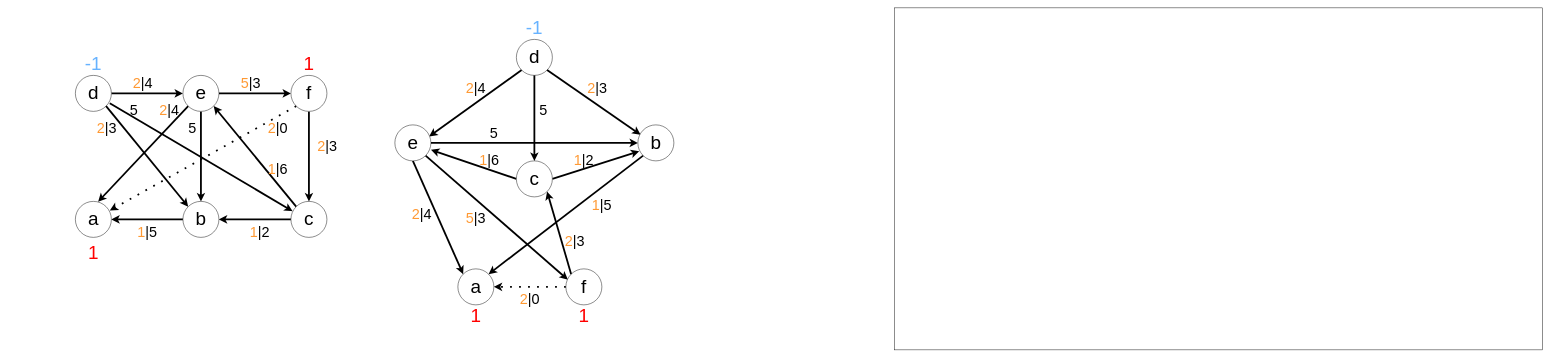
Earlier version of the draw.io diagram Untitled Diagram.drawio (Poopaye-96/Visual_Content). Source tidied: cells renumbered, new cells numbered last; positions are measured from the earlier drawing's top-left corner, leaving out a move shared by most shapes. Both pictures are drawn from the tidied source at 45%, with x=0, y=0 at pixel (75, 8).
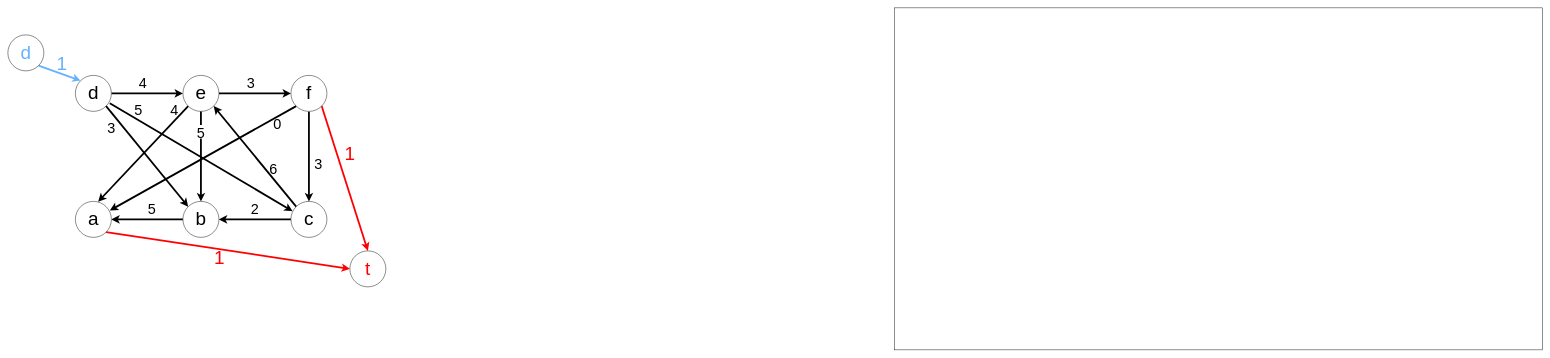
The same page after the edit.

Unchanged cells that the change refers to:
```xml
<mxCell id="19" value="&lt;font style=&quot;font-size: 42px&quot;&gt;a&lt;/font&gt;" style="ellipse;whiteSpace=wrap;html=1;" parent="1" vertex="1">
  <mxGeometry y="430" width="80" height="80" as="geometry" />
</mxCell>
<mxCell id="25" value="&lt;span style=&quot;font-size: 42px&quot;&gt;d&lt;/span&gt;" style="ellipse;whiteSpace=wrap;html=1;" parent="1" vertex="1">
  <mxGeometry y="150" width="80" height="80" as="geometry" />
</mxCell>
<mxCell id="29" value="&lt;span style=&quot;font-size: 42px&quot;&gt;e&lt;/span&gt;" style="ellipse;whiteSpace=wrap;html=1;" parent="1" vertex="1">
  <mxGeometry x="239" y="150" width="80" height="80" as="geometry" />
</mxCell>
<mxCell id="32" value="&lt;span style=&quot;font-size: 42px&quot;&gt;f&lt;/span&gt;" style="ellipse;whiteSpace=wrap;html=1;" parent="1" vertex="1">
  <mxGeometry x="479" y="150" width="80" height="80" as="geometry" />
</mxCell>
<mxCell id="35" value="&lt;span style=&quot;font-size: 42px&quot;&gt;b&lt;/span&gt;" style="ellipse;whiteSpace=wrap;html=1;" parent="1" vertex="1">
  <mxGeometry x="239" y="430" width="80" height="80" as="geometry" />
</mxCell>
```

Diff of the diagram source:
```diff
@@
-    <mxCell id="2" value="&lt;font style=&quot;font-size: 42px&quot;&gt;a&lt;/font&gt;" style="ellipse;whiteSpace=wrap;html=1;" parent="1" vertex="1">
-      <mxGeometry x="850" y="580" width="80" height="80" as="geometry" />
-    </mxCell>
-    <mxCell id="3" style="edgeStyle=none;rounded=1;jettySize=auto;html=1;exitX=0;exitY=1;exitDx=0;exitDy=0;entryX=1;entryY=0;entryDx=0;entryDy=0;fontSize=42;strokeWidth=4;" parent="1" edge="1" source="18" target="2">
-      <mxGeometry relative="1" as="geometry" />
-    </mxCell>
-    <mxCell id="4" style="rounded=0;jettySize=auto;html=1;fontSize=42;strokeWidth=4;exitX=1;exitY=0.5;exitDx=0;exitDy=0;entryX=0.037;entryY=0.733;entryDx=0;entryDy=0;entryPerimeter=0;" parent="1" edge="1" source="6" target="18">
-      <mxGeometry relative="1" as="geometry" />
-    </mxCell>
-    <mxCell id="5" style="rounded=1;jettySize=auto;html=1;exitX=0;exitY=0.5;exitDx=0;exitDy=0;fontSize=42;strokeWidth=4;entryX=1.003;entryY=0.694;entryDx=0;entryDy=0;entryPerimeter=0;" parent="1" edge="1" source="6" target="12">
-      <mxGeometry relative="1" as="geometry" />
-    </mxCell>
-    <mxCell id="6" value="&lt;span style=&quot;font-size: 42px&quot;&gt;c&lt;/span&gt;" style="ellipse;whiteSpace=wrap;html=1;" parent="1" vertex="1">
-      <mxGeometry x="980" y="340" width="80" height="80" as="geometry" />
-    </mxCell>
-    <mxCell id="7" style="jettySize=auto;html=1;exitX=0;exitY=1;exitDx=0;exitDy=0;fontSize=42;strokeWidth=4;entryX=0.954;entryY=0.322;entryDx=0;entryDy=0;entryPerimeter=0;" parent="1" edge="1" source="8" target="12">
-      <mxGeometry relative="1" as="geometry" />
-    </mxCell>
-    <mxCell id="8" value="&lt;span style=&quot;font-size: 42px&quot;&gt;d&lt;/span&gt;" style="ellipse;whiteSpace=wrap;html=1;" parent="1" vertex="1">
-      <mxGeometry x="980" y="70" width="80" height="80" as="geometry" />
-    </mxCell>
-    <mxCell id="9" style="edgeStyle=orthogonalEdgeStyle;rounded=0;jettySize=auto;html=1;exitX=1;exitY=0.5;exitDx=0;exitDy=0;entryX=0;entryY=0.5;entryDx=0;entryDy=0;fontSize=42;strokeWidth=4;" parent="1" edge="1" source="12" target="18">
-      <mxGeometry relative="1" as="geometry" />
-    </mxCell>
-    <mxCell id="10" style="rounded=0;jettySize=auto;html=1;exitX=1;exitY=1;exitDx=0;exitDy=0;fontSize=42;strokeWidth=4;entryX=0.057;entryY=0.302;entryDx=0;entryDy=0;entryPerimeter=0;" parent="1" edge="1" source="12" target="15">
-      <mxGeometry relative="1" as="geometry" />
-    </mxCell>
-    <mxCell id="11" style="edgeStyle=none;rounded=1;jettySize=auto;html=1;exitX=0.5;exitY=1;exitDx=0;exitDy=0;entryX=0;entryY=0;entryDx=0;entryDy=0;fontSize=42;strokeWidth=4;" parent="1" edge="1" source="12" target="2">
-      <mxGeometry relative="1" as="geometry" />
-    </mxCell>
-    <mxCell id="12" value="&lt;span style=&quot;font-size: 42px&quot;&gt;e&lt;/span&gt;" style="ellipse;whiteSpace=wrap;html=1;" parent="1" vertex="1">
-      <mxGeometry x="710" y="260" width="80" height="80" as="geometry" />
-    </mxCell>
-    <mxCell id="13" style="rounded=0;jettySize=auto;html=1;exitX=0;exitY=0;exitDx=0;exitDy=0;entryX=1;entryY=1;entryDx=0;entryDy=0;fontSize=42;strokeWidth=4;" parent="1" edge="1" source="15" target="6">
-      <mxGeometry relative="1" as="geometry" />
-    </mxCell>
-    <mxCell id="14" style="edgeStyle=none;jettySize=auto;html=1;exitX=0;exitY=0.5;exitDx=0;exitDy=0;entryX=1;entryY=0.5;entryDx=0;entryDy=0;fontSize=42;strokeWidth=4;dashed=1;dashPattern=1 4;" parent="1" edge="1" source="15" target="2">
-      <mxGeometry relative="1" as="geometry" />
-    </mxCell>
-    <mxCell id="15" value="&lt;span style=&quot;font-size: 42px&quot;&gt;f&lt;/span&gt;" style="ellipse;whiteSpace=wrap;html=1;" parent="1" vertex="1">
-      <mxGeometry x="1090" y="580" width="80" height="80" as="geometry" />
-    </mxCell>
-    <mxCell id="16" style="endArrow=classic;html=1;rounded=0;fontSize=42;exitX=1;exitY=1;exitDx=0;exitDy=0;strokeWidth=4;entryX=0.076;entryY=0.273;entryDx=0;entryDy=0;entryPerimeter=0;" parent="1" edge="1" source="8" target="18">
-      <mxGeometry relative="1" as="geometry" />
-    </mxCell>
-    <mxCell id="17" style="endArrow=classic;html=1;rounded=0;fontSize=42;strokeWidth=4;exitX=0.5;exitY=1;exitDx=0;exitDy=0;entryX=0.5;entryY=0;entryDx=0;entryDy=0;" parent="1" edge="1" source="8" target="6">
-      <mxGeometry relative="1" as="geometry" />
-    </mxCell>
-    <mxCell id="18" value="&lt;span style=&quot;font-size: 42px&quot;&gt;b&lt;/span&gt;" style="ellipse;whiteSpace=wrap;html=1;" parent="1" vertex="1">
-      <mxGeometry x="1250" y="260" width="80" height="80" as="geometry" />
-    </mxCell>
+    <mxCell id="65" style="edgeStyle=none;rounded=0;jettySize=auto;html=1;exitX=1;exitY=1;exitDx=0;exitDy=0;entryX=0;entryY=0.5;entryDx=0;entryDy=0;fontColor=#FF0000;strokeColor=#FF0000;strokeWidth=4;" parent="1" edge="1" source="19" target="67">
+      <mxGeometry relative="1" as="geometry" />
+    </mxCell>
@@
-    <mxCell id="26" style="edgeStyle=orthogonalEdgeStyle;rounded=0;jettySize=auto;html=1;exitX=0.5;exitY=1;exitDx=0;exitDy=0;entryX=0.5;entryY=0;entryDx=0;entryDy=0;fontSize=42;strokeWidth=4;" parent="1" edge="1" source="29" target="35">
+    <mxCell id="26" style="edgeStyle=orthogonalEdgeStyle;rounded=0;jettySize=auto;html=1;exitX=0.5;exitY=1;exitDx=0;exitDy=0;entryX=0.5;entryY=0;entryDx=0;entryDy=0;fontSize=42;strokeWidth=4;startArrow=none;" parent="1" edge="1" source="47" target="35">
       <mxGeometry relative="1" as="geometry" />
     </mxCell>
@@
-    <mxCell id="31" style="edgeStyle=none;jettySize=auto;html=1;exitX=0;exitY=1;exitDx=0;exitDy=0;fontSize=42;strokeWidth=4;entryX=0.956;entryY=0.253;entryDx=0;entryDy=0;entryPerimeter=0;dashed=1;dashPattern=1 4;" parent="1" edge="1" source="32" target="19">
+    <mxCell id="31" style="edgeStyle=none;jettySize=auto;html=1;exitX=0;exitY=1;exitDx=0;exitDy=0;fontSize=42;strokeWidth=4;entryX=0.956;entryY=0.253;entryDx=0;entryDy=0;entryPerimeter=0;" parent="1" edge="1" source="32" target="19">
       <mxGeometry relative="1" as="geometry" />
     </mxCell>
+    <mxCell id="66" style="edgeStyle=none;rounded=0;jettySize=auto;html=1;exitX=1;exitY=1;exitDx=0;exitDy=0;entryX=0.5;entryY=0;entryDx=0;entryDy=0;fontColor=#FF0000;strokeColor=#FF0000;strokeWidth=4;" parent="1" edge="1" source="32" target="67">
+      <mxGeometry relative="1" as="geometry" />
+    </mxCell>
@@
-    <mxCell id="36" value="&lt;font color=&quot;#66b2ff&quot;&gt;-1&lt;/font&gt;" style="text;html=1;strokeColor=none;fillColor=none;align=center;verticalAlign=middle;whiteSpace=wrap;rounded=0;fontSize=42;" parent="1" vertex="1">
-      <mxGeometry x="10" y="110" width="60" height="30" as="geometry" />
+    <mxCell id="36" value="&lt;font color=&quot;#66b2ff&quot;&gt;1&lt;/font&gt;" style="text;html=1;strokeColor=none;fillColor=none;align=center;verticalAlign=middle;whiteSpace=wrap;rounded=0;fontSize=42;" parent="1" vertex="1">
+      <mxGeometry x="-60" y="110" width="60" height="30" as="geometry" />
     </mxCell>
     <mxCell id="37" value="&lt;font color=&quot;#ff0000&quot;&gt;1&lt;/font&gt;" style="text;html=1;strokeColor=none;fillColor=none;align=center;verticalAlign=middle;whiteSpace=wrap;rounded=0;fontSize=42;" parent="1" vertex="1">
-      <mxGeometry x="489" y="110" width="60" height="30" as="geometry" />
+      <mxGeometry x="580" y="310" width="60" height="30" as="geometry" />
     </mxCell>
     <mxCell id="38" value="&lt;font color=&quot;#ff0000&quot;&gt;1&lt;/font&gt;" style="text;html=1;strokeColor=none;fillColor=none;align=center;verticalAlign=middle;whiteSpace=wrap;rounded=0;fontSize=42;" parent="1" vertex="1">
-      <mxGeometry x="10" y="530" width="60" height="30" as="geometry" />
+      <mxGeometry x="290" y="540" width="60" height="30" as="geometry" />
     </mxCell>
-    <mxCell id="39" value="&lt;font style=&quot;font-size: 32px&quot;&gt;&lt;font color=&quot;#ff9933&quot;&gt;2&lt;/font&gt;|0&lt;/font&gt;" style="text;html=1;strokeColor=none;fillColor=none;align=center;verticalAlign=middle;whiteSpace=wrap;rounded=0;fontSize=42;" parent="1" vertex="1">
-      <mxGeometry x="420" y="250" width="60" height="30" as="geometry" />
+    <mxCell id="39" value="&lt;font style=&quot;font-size: 32px&quot;&gt;0&lt;/font&gt;" style="text;html=1;strokeColor=none;fillColor=none;align=center;verticalAlign=middle;whiteSpace=wrap;rounded=0;fontSize=42;" parent="1" vertex="1">
+      <mxGeometry x="419" y="240" width="60" height="30" as="geometry" />
     </mxCell>
-    <mxCell id="40" value="&lt;font style=&quot;font-size: 32px&quot;&gt;&lt;font color=&quot;#ff9933&quot;&gt;5&lt;/font&gt;|3&lt;/font&gt;" style="text;html=1;strokeColor=none;fillColor=none;align=center;verticalAlign=middle;whiteSpace=wrap;rounded=0;fontSize=42;" parent="1" vertex="1">
+    <mxCell id="40" value="&lt;font style=&quot;font-size: 32px&quot;&gt;3&lt;/font&gt;" style="text;html=1;strokeColor=none;fillColor=none;align=center;verticalAlign=middle;whiteSpace=wrap;rounded=0;fontSize=42;" parent="1" vertex="1">
       <mxGeometry x="360" y="150" width="60" height="30" as="geometry" />
     </mxCell>
-    <mxCell id="41" value="&lt;font style=&quot;font-size: 32px&quot;&gt;&lt;font color=&quot;#ff9933&quot;&gt;2&lt;/font&gt;|3&lt;/font&gt;" style="text;html=1;strokeColor=none;fillColor=none;align=center;verticalAlign=middle;whiteSpace=wrap;rounded=0;fontSize=42;" parent="1" vertex="1">
-      <mxGeometry x="530" y="290" width="60" height="30" as="geometry" />
+    <mxCell id="41" value="&lt;font style=&quot;font-size: 32px&quot;&gt;3&lt;/font&gt;" style="text;html=1;strokeColor=none;fillColor=none;align=center;verticalAlign=middle;whiteSpace=wrap;rounded=0;fontSize=42;" parent="1" vertex="1">
+      <mxGeometry x="510" y="330" width="60" height="30" as="geometry" />
     </mxCell>
-    <mxCell id="42" value="&lt;font style=&quot;font-size: 32px&quot;&gt;&lt;font color=&quot;#ff9933&quot;&gt;1&lt;/font&gt;|6&lt;/font&gt;" style="text;html=1;strokeColor=none;fillColor=none;align=center;verticalAlign=middle;whiteSpace=wrap;rounded=0;fontSize=42;" parent="1" vertex="1">
-      <mxGeometry x="420" y="340" width="60" height="30" as="geometry" />
+    <mxCell id="42" value="&lt;font style=&quot;font-size: 32px&quot;&gt;6&lt;/font&gt;" style="text;html=1;strokeColor=none;fillColor=none;align=center;verticalAlign=middle;whiteSpace=wrap;rounded=0;fontSize=42;" parent="1" vertex="1">
+      <mxGeometry x="410" y="340" width="60" height="30" as="geometry" />
     </mxCell>
     <mxCell id="43" value="&lt;font style=&quot;font-size: 32px&quot;&gt;5&lt;/font&gt;" style="text;html=1;strokeColor=none;fillColor=none;align=center;verticalAlign=middle;whiteSpace=wrap;rounded=0;fontSize=42;" parent="1" vertex="1">
-      <mxGeometry x="100" y="210" width="60" height="30" as="geometry" />
+      <mxGeometry x="110" y="210" width="60" height="30" as="geometry" />
     </mxCell>
-    <mxCell id="44" value="&lt;font style=&quot;font-size: 32px&quot;&gt;&lt;font color=&quot;#ff9933&quot;&gt;2&lt;/font&gt;|4&lt;/font&gt;" style="text;html=1;strokeColor=none;fillColor=none;align=center;verticalAlign=middle;whiteSpace=wrap;rounded=0;fontSize=42;" parent="1" vertex="1">
+    <mxCell id="44" value="&lt;font style=&quot;font-size: 32px&quot;&gt;4&lt;/font&gt;" style="text;html=1;strokeColor=none;fillColor=none;align=center;verticalAlign=middle;whiteSpace=wrap;rounded=0;fontSize=42;" parent="1" vertex="1">
       <mxGeometry x="120" y="150" width="60" height="30" as="geometry" />
     </mxCell>
-    <mxCell id="45" value="&lt;font style=&quot;font-size: 32px&quot;&gt;&lt;font color=&quot;#ff9933&quot;&gt;2&lt;/font&gt;|3&lt;/font&gt;" style="text;html=1;strokeColor=none;fillColor=none;align=center;verticalAlign=middle;whiteSpace=wrap;rounded=0;fontSize=42;" parent="1" vertex="1">
-      <mxGeometry x="40" y="250" width="60" height="30" as="geometry" />
+    <mxCell id="45" value="&lt;font style=&quot;font-size: 32px&quot;&gt;3&lt;/font&gt;" style="text;html=1;strokeColor=none;fillColor=none;align=center;verticalAlign=middle;whiteSpace=wrap;rounded=0;fontSize=42;" parent="1" vertex="1">
+      <mxGeometry x="50" y="250" width="60" height="30" as="geometry" />
     </mxCell>
-    <mxCell id="46" value="&lt;font style=&quot;font-size: 32px&quot;&gt;&lt;font color=&quot;#ff9933&quot;&gt;2&lt;/font&gt;|4&lt;/font&gt;" style="text;html=1;strokeColor=none;fillColor=none;align=center;verticalAlign=middle;whiteSpace=wrap;rounded=0;fontSize=42;" parent="1" vertex="1">
-      <mxGeometry x="179" y="210" width="60" height="30" as="geometry" />
+    <mxCell id="46" value="&lt;font style=&quot;font-size: 32px&quot;&gt;4&lt;/font&gt;" style="text;html=1;strokeColor=none;fillColor=none;align=center;verticalAlign=middle;whiteSpace=wrap;rounded=0;fontSize=42;" parent="1" vertex="1">
+      <mxGeometry x="190" y="210" width="60" height="30" as="geometry" />
     </mxCell>
-    <mxCell id="47" value="&lt;font style=&quot;font-size: 32px&quot;&gt;5&lt;/font&gt;" style="text;html=1;strokeColor=none;fillColor=none;align=center;verticalAlign=middle;whiteSpace=wrap;rounded=0;fontSize=42;" parent="1" vertex="1">
-      <mxGeometry x="230" y="250" width="60" height="30" as="geometry" />
-    </mxCell>
-    <mxCell id="48" value="&lt;font style=&quot;font-size: 32px&quot;&gt;&lt;font color=&quot;#ff9933&quot;&gt;1&lt;/font&gt;|5&lt;/font&gt;" style="text;html=1;strokeColor=none;fillColor=none;align=center;verticalAlign=middle;whiteSpace=wrap;rounded=0;fontSize=42;" parent="1" vertex="1">
-      <mxGeometry x="130" y="480" width="60" height="30" as="geometry" />
+    <mxCell id="48" value="&lt;font style=&quot;font-size: 32px&quot;&gt;5&lt;/font&gt;" style="text;html=1;strokeColor=none;fillColor=none;align=center;verticalAlign=middle;whiteSpace=wrap;rounded=0;fontSize=42;" parent="1" vertex="1">
+      <mxGeometry x="140" y="430" width="60" height="30" as="geometry" />
     </mxCell>
-    <mxCell id="49" value="&lt;font style=&quot;font-size: 32px&quot;&gt;&lt;font color=&quot;#ff9933&quot;&gt;1&lt;/font&gt;|2&lt;/font&gt;" style="text;html=1;strokeColor=none;fillColor=none;align=center;verticalAlign=middle;whiteSpace=wrap;rounded=0;fontSize=42;" parent="1" vertex="1">
-      <mxGeometry x="380" y="480" width="60" height="30" as="geometry" />
+    <mxCell id="49" value="&lt;font style=&quot;font-size: 32px&quot;&gt;2&lt;/font&gt;" style="text;html=1;strokeColor=none;fillColor=none;align=center;verticalAlign=middle;whiteSpace=wrap;rounded=0;fontSize=42;" parent="1" vertex="1">
+      <mxGeometry x="369" y="430" width="60" height="30" as="geometry" />
     </mxCell>
-    <mxCell id="50" value="&lt;font color=&quot;#66b2ff&quot;&gt;-1&lt;/font&gt;" style="text;html=1;strokeColor=none;fillColor=none;align=center;verticalAlign=middle;whiteSpace=wrap;rounded=0;fontSize=42;" parent="1" vertex="1">
-      <mxGeometry x="990" y="30" width="60" height="30" as="geometry" />
-    </mxCell>
-    <mxCell id="51" value="&lt;font color=&quot;#ff0000&quot;&gt;1&lt;/font&gt;" style="text;html=1;strokeColor=none;fillColor=none;align=center;verticalAlign=middle;whiteSpace=wrap;rounded=0;fontSize=42;" parent="1" vertex="1">
-      <mxGeometry x="860" y="670" width="60" height="30" as="geometry" />
-    </mxCell>
-    <mxCell id="52" value="&lt;font color=&quot;#ff0000&quot;&gt;1&lt;/font&gt;" style="text;html=1;strokeColor=none;fillColor=none;align=center;verticalAlign=middle;whiteSpace=wrap;rounded=0;fontSize=42;" parent="1" vertex="1">
-      <mxGeometry x="1100" y="670" width="60" height="30" as="geometry" />
-    </mxCell>
-    <mxCell id="53" value="&lt;font style=&quot;font-size: 32px&quot;&gt;&lt;font color=&quot;#ff9933&quot;&gt;2&lt;/font&gt;|4&lt;/font&gt;" style="text;html=1;strokeColor=none;fillColor=none;align=center;verticalAlign=middle;whiteSpace=wrap;rounded=0;fontSize=42;" parent="1" vertex="1">
-      <mxGeometry x="860" y="160" width="60" height="30" as="geometry" />
-    </mxCell>
-    <mxCell id="54" value="&lt;font style=&quot;font-size: 32px&quot;&gt;5&lt;/font&gt;" style="text;html=1;strokeColor=none;fillColor=none;align=center;verticalAlign=middle;whiteSpace=wrap;rounded=0;fontSize=42;" parent="1" vertex="1">
-      <mxGeometry x="1010" y="210" width="60" height="30" as="geometry" />
-    </mxCell>
-    <mxCell id="55" value="&lt;font style=&quot;font-size: 32px&quot;&gt;&lt;font color=&quot;#ff9933&quot;&gt;2&lt;/font&gt;|3&lt;/font&gt;" style="text;html=1;strokeColor=none;fillColor=none;align=center;verticalAlign=middle;whiteSpace=wrap;rounded=0;fontSize=42;" parent="1" vertex="1">
-      <mxGeometry x="1130" y="160" width="60" height="30" as="geometry" />
-    </mxCell>
-    <mxCell id="56" value="&lt;font style=&quot;font-size: 32px&quot;&gt;&lt;font color=&quot;#ff9933&quot;&gt;2&lt;/font&gt;|4&lt;/font&gt;" style="text;html=1;strokeColor=none;fillColor=none;align=center;verticalAlign=middle;whiteSpace=wrap;rounded=0;fontSize=42;" parent="1" vertex="1">
-      <mxGeometry x="740" y="440" width="60" height="30" as="geometry" />
-    </mxCell>
-    <mxCell id="57" value="&lt;font style=&quot;font-size: 32px&quot;&gt;&lt;font color=&quot;#ff9933&quot;&gt;5&lt;/font&gt;|3&lt;/font&gt;" style="text;html=1;strokeColor=none;fillColor=none;align=center;verticalAlign=middle;whiteSpace=wrap;rounded=0;fontSize=42;" parent="1" vertex="1">
-      <mxGeometry x="860" y="450" width="60" height="30" as="geometry" />
-    </mxCell>
-    <mxCell id="58" value="&lt;font style=&quot;font-size: 32px&quot;&gt;5&lt;/font&gt;" style="text;html=1;strokeColor=none;fillColor=none;align=center;verticalAlign=middle;whiteSpace=wrap;rounded=0;fontSize=42;" parent="1" vertex="1">
-      <mxGeometry x="900" y="260" width="60" height="30" as="geometry" />
-    </mxCell>
-    <mxCell id="59" value="&lt;font style=&quot;font-size: 32px&quot;&gt;&lt;font color=&quot;#ff9933&quot;&gt;1&lt;/font&gt;|6&lt;/font&gt;" style="text;html=1;strokeColor=none;fillColor=none;align=center;verticalAlign=middle;whiteSpace=wrap;rounded=0;fontSize=42;" parent="1" vertex="1">
-      <mxGeometry x="890" y="320" width="60" height="30" as="geometry" />
-    </mxCell>
-    <mxCell id="60" value="&lt;font style=&quot;font-size: 32px&quot;&gt;&lt;font color=&quot;#ff9933&quot;&gt;1&lt;/font&gt;|2&lt;/font&gt;" style="text;html=1;strokeColor=none;fillColor=none;align=center;verticalAlign=middle;whiteSpace=wrap;rounded=0;fontSize=42;" parent="1" vertex="1">
-      <mxGeometry x="1100" y="320" width="60" height="30" as="geometry" />
-    </mxCell>
-    <mxCell id="61" value="&lt;font style=&quot;font-size: 32px&quot;&gt;&lt;font color=&quot;#ff9933&quot;&gt;1&lt;/font&gt;|5&lt;/font&gt;" style="text;html=1;strokeColor=none;fillColor=none;align=center;verticalAlign=middle;whiteSpace=wrap;rounded=0;fontSize=42;" parent="1" vertex="1">
-      <mxGeometry x="1140" y="420" width="60" height="30" as="geometry" />
-    </mxCell>
-    <mxCell id="62" value="&lt;font style=&quot;font-size: 32px&quot;&gt;&lt;font color=&quot;#ff9933&quot;&gt;2&lt;/font&gt;|3&lt;/font&gt;" style="text;html=1;strokeColor=none;fillColor=none;align=center;verticalAlign=middle;whiteSpace=wrap;rounded=0;fontSize=42;" parent="1" vertex="1">
-      <mxGeometry x="1080" y="500" width="60" height="30" as="geometry" />
-    </mxCell>
-    <mxCell id="63" value="&lt;font style=&quot;font-size: 32px&quot;&gt;&lt;font color=&quot;#ff9933&quot;&gt;2&lt;/font&gt;|0&lt;/font&gt;" style="text;html=1;strokeColor=none;fillColor=none;align=center;verticalAlign=middle;whiteSpace=wrap;rounded=0;fontSize=42;" parent="1" vertex="1">
-      <mxGeometry x="980" y="630" width="60" height="30" as="geometry" />
-    </mxCell>
@@
+    <mxCell id="67" value="&lt;span style=&quot;font-size: 42px&quot;&gt;&lt;font color=&quot;#ff0000&quot;&gt;t&lt;/font&gt;&lt;/span&gt;" style="ellipse;whiteSpace=wrap;html=1;" parent="1" vertex="1">
+      <mxGeometry x="610" y="540" width="80" height="80" as="geometry" />
+    </mxCell>
+    <mxCell id="68" style="edgeStyle=none;rounded=0;jettySize=auto;html=1;exitX=1;exitY=1;exitDx=0;exitDy=0;entryX=0;entryY=0;entryDx=0;entryDy=0;fontColor=#FF0000;strokeColor=#66B2FF;strokeWidth=4;" parent="1" edge="1" source="8" target="25">
+      <mxGeometry relative="1" as="geometry" />
+    </mxCell>
+    <mxCell id="8" value="&lt;span style=&quot;font-size: 42px&quot;&gt;&lt;font color=&quot;#66b2ff&quot;&gt;d&lt;/font&gt;&lt;/span&gt;" style="ellipse;whiteSpace=wrap;html=1;" parent="1" vertex="1">
+      <mxGeometry x="-150" y="60" width="80" height="80" as="geometry" />
+    </mxCell>
+    <mxCell id="47" value="&lt;font style=&quot;font-size: 32px&quot;&gt;5&lt;/font&gt;" style="text;html=1;strokeColor=none;fillColor=none;align=center;verticalAlign=middle;whiteSpace=wrap;rounded=0;fontSize=42;" parent="1" vertex="1">
+      <mxGeometry x="249" y="260" width="60" height="30" as="geometry" />
+    </mxCell>
+    <mxCell id="69" style="edgeStyle=orthogonalEdgeStyle;rounded=0;jettySize=auto;html=1;exitX=0.5;exitY=1;exitDx=0;exitDy=0;entryX=0.5;entryY=0;entryDx=0;entryDy=0;fontSize=42;strokeWidth=4;endArrow=none;" parent="1" edge="1" source="29" target="47">
+      <mxGeometry relative="1" as="geometry" />
+    </mxCell>
```
